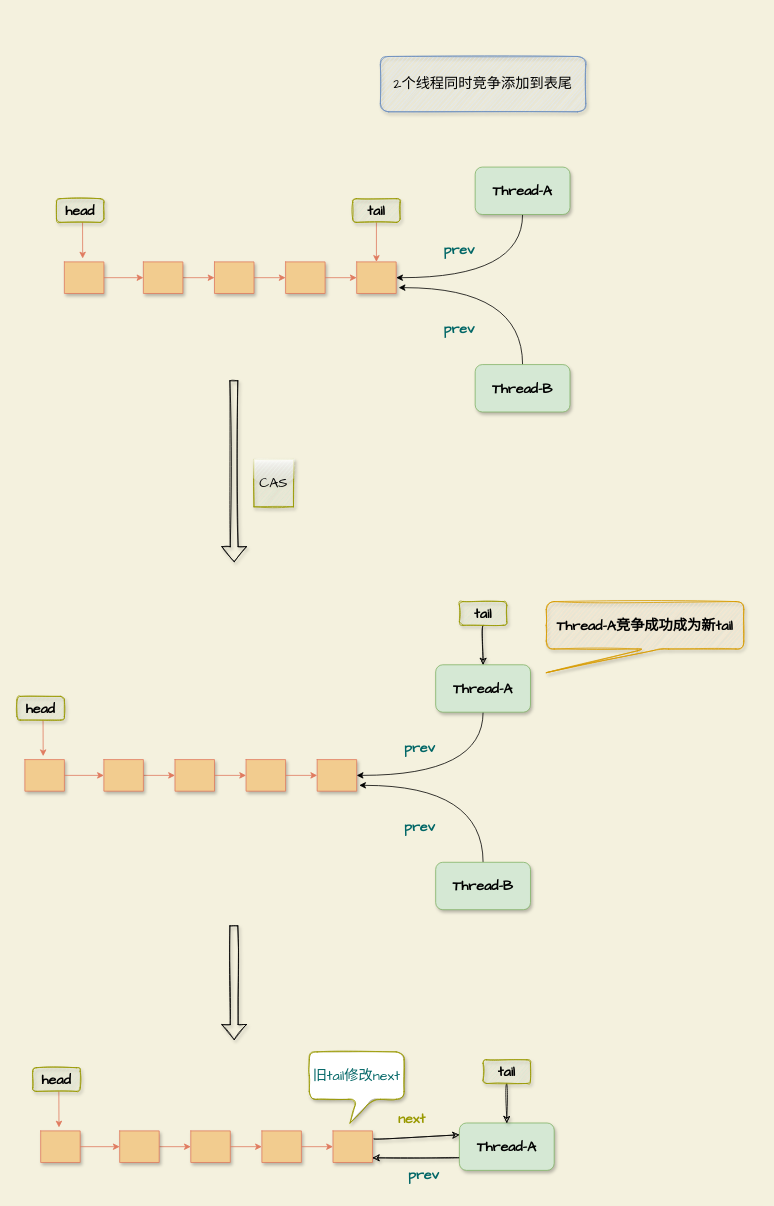
Above: page "new-tail-update" (2 of 2) of thread/AQS.drawio in mydlxy/draw (draw.io), before the change. Source tidied: cells renumbered, new cells numbered last; positions are measured from the earlier drawing's top-left corner, leaving out a move shared by most shapes. Both pictures are drawn from the tidied source at 79%, with x=0, y=0 at pixel (17, 56).
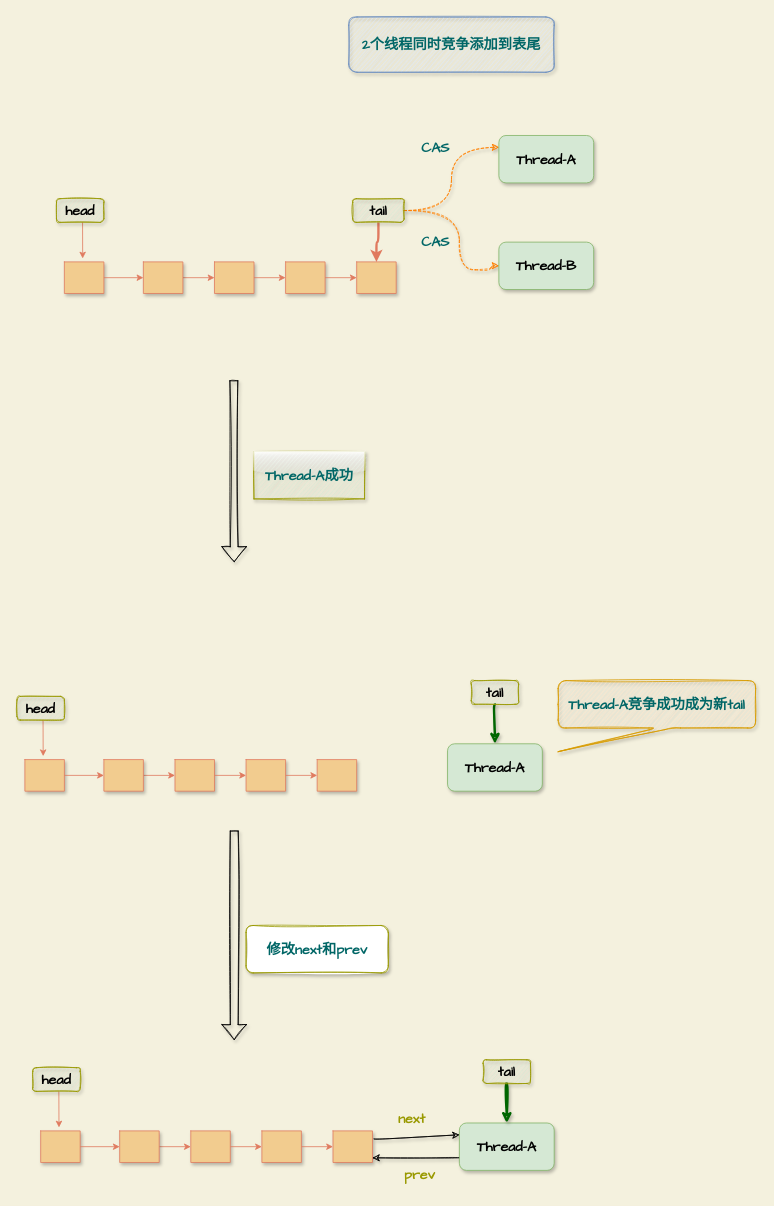
The same diagram, later.

Unchanged cells that the change refers to:
```xml
<mxCell id="17" style="shape=tableRow;horizontal=0;startSize=0;swimlaneHead=0;swimlaneBody=0;top=0;left=0;bottom=0;right=0;fillColor=none;points=[[0,0.5],[1,0.5]];portConstraint=eastwest;rounded=0;fontColor=#393C56;strokeColor=#E07A5F;" parent="16" vertex="1">
  <mxGeometry width="50" height="40" as="geometry" />
</mxCell>
<mxCell id="47" style="shape=tableRow;horizontal=0;startSize=0;swimlaneHead=0;swimlaneBody=0;top=0;left=0;bottom=0;right=0;fillColor=none;points=[[0,0.5],[1,0.5]];portConstraint=eastwest;rounded=0;fontColor=#393C56;strokeColor=#E07A5F;" parent="46" vertex="1">
  <mxGeometry width="50" height="40" as="geometry" />
</mxCell>
<mxCell id="86" value="&lt;font style=&quot;font-size: 18px;&quot; face=&quot;Comic Sans MS&quot;&gt;&lt;b&gt;Thread-A&lt;/b&gt;&lt;/font&gt;" style="rounded=1;whiteSpace=wrap;html=1;shadow=1;fillColor=#d5e8d4;strokeColor=#82b366;" parent="1" vertex="1">
  <mxGeometry x="560" y="1350" width="120" height="60" as="geometry" />
</mxCell>
<mxCell id="90" value="&lt;font style=&quot;font-size: 18px;&quot; face=&quot;Comic Sans MS&quot;&gt;&lt;b&gt;tail&lt;/b&gt;&lt;/font&gt;" style="text;html=1;strokeColor=#999900;fillColor=#d5e8d4;align=center;verticalAlign=middle;whiteSpace=wrap;rounded=1;shadow=1;sketch=1;" parent="1" vertex="1">
  <mxGeometry x="590" y="1270" width="60" height="30" as="geometry" />
</mxCell>
```

Change to the diagram source:
```diff
@@
-    <mxCell id="24" style="edgeStyle=orthogonalEdgeStyle;curved=0;rounded=1;jettySize=auto;html=1;entryX=0.5;entryY=0;entryDx=0;entryDy=0;entryPerimeter=0;fontFamily=Comic Sans MS;fontSize=18;fontColor=#393C56;strokeColor=#E07A5F;fillColor=#F2CC8F;" parent="1" edge="1" source="25" target="17">
+    <mxCell id="24" style="edgeStyle=orthogonalEdgeStyle;curved=0;rounded=1;jettySize=auto;html=1;entryX=0.5;entryY=0;entryDx=0;entryDy=0;entryPerimeter=0;fontFamily=Comic Sans MS;fontSize=18;fontColor=#393C56;strokeColor=#E07A5F;fillColor=#F2CC8F;strokeWidth=3;" parent="1" edge="1" source="25" target="17">
       <mxGeometry relative="1" as="geometry" />
     </mxCell>
+    <mxCell id="94" style="edgeStyle=orthogonalEdgeStyle;curved=1;rounded=0;sketch=1;jettySize=auto;html=1;entryX=0;entryY=0.25;entryDx=0;entryDy=0;shadow=1;fontFamily=Comic Sans MS;fontSize=18;fontColor=#006666;dashed=1;strokeColor=#FF8000;" parent="1" edge="1" source="25" target="27">
+      <mxGeometry relative="1" as="geometry" />
+    </mxCell>
+    <mxCell id="95" style="edgeStyle=orthogonalEdgeStyle;curved=1;rounded=0;sketch=1;jettySize=auto;html=1;entryX=0;entryY=0.5;entryDx=0;entryDy=0;shadow=1;fontFamily=Comic Sans MS;fontSize=18;fontColor=#006666;dashed=1;strokeColor=#FF8000;" parent="1" edge="1" source="25" target="29">
+      <mxGeometry relative="1" as="geometry">
+        <Array as="points">
+          <mxPoint x="560" y="195" />
+          <mxPoint x="560" y="270" />
+          <mxPoint x="600" y="270" />
+          <mxPoint x="600" y="265" />
+        </Array>
+      </mxGeometry>
+    </mxCell>
     <mxCell id="25" value="&lt;font style=&quot;font-size: 18px;&quot; face=&quot;Comic Sans MS&quot;&gt;&lt;b&gt;tail&lt;/b&gt;&lt;/font&gt;" style="text;html=1;strokeColor=#999900;fillColor=#d5e8d4;align=center;verticalAlign=middle;whiteSpace=wrap;rounded=1;shadow=1;sketch=1;" parent="1" vertex="1">
-      <mxGeometry x="425" y="180" width="60" height="30" as="geometry" />
+      <mxGeometry x="425" y="180" width="65" height="30" as="geometry" />
     </mxCell>
-    <mxCell id="26" style="edgeStyle=orthogonalEdgeStyle;curved=1;rounded=0;jettySize=auto;html=1;entryX=1;entryY=0.5;entryDx=0;entryDy=0;fontFamily=Comic Sans MS;fontSize=18;" parent="1" edge="1" source="27" target="17">
-      <mxGeometry relative="1" as="geometry" />
-    </mxCell>
     <mxCell id="27" value="&lt;font style=&quot;font-size: 18px;&quot; face=&quot;Comic Sans MS&quot;&gt;&lt;b&gt;Thread-A&lt;/b&gt;&lt;/font&gt;" style="rounded=1;whiteSpace=wrap;html=1;shadow=1;fillColor=#d5e8d4;strokeColor=#82b366;" parent="1" vertex="1">
-      <mxGeometry x="580" y="140" width="120" height="60" as="geometry" />
+      <mxGeometry x="610" y="100" width="120" height="60" as="geometry" />
     </mxCell>
-    <mxCell id="28" style="edgeStyle=orthogonalEdgeStyle;curved=1;rounded=0;jettySize=auto;html=1;entryX=1.063;entryY=0.815;entryDx=0;entryDy=0;entryPerimeter=0;fontFamily=Comic Sans MS;fontSize=18;" parent="1" edge="1" source="29" target="17">
-      <mxGeometry relative="1" as="geometry" />
-    </mxCell>
     <mxCell id="29" value="&lt;font style=&quot;font-size: 18px;&quot; face=&quot;Comic Sans MS&quot;&gt;&lt;b&gt;Thread-B&lt;/b&gt;&lt;/font&gt;" style="rounded=1;whiteSpace=wrap;html=1;shadow=1;fillColor=#d5e8d4;strokeColor=#82b366;" parent="1" vertex="1">
-      <mxGeometry x="580" y="390" width="120" height="60" as="geometry" />
+      <mxGeometry x="610" y="235" width="120" height="60" as="geometry" />
     </mxCell>
-    <mxCell id="30" value="&lt;b&gt;&lt;font color=&quot;#006666&quot;&gt;prev&lt;/font&gt;&lt;/b&gt;" style="text;html=1;strokeColor=none;fillColor=none;align=center;verticalAlign=middle;whiteSpace=wrap;rounded=0;shadow=1;fontFamily=Comic Sans MS;fontSize=18;" parent="1" vertex="1">
-      <mxGeometry x="530" y="230" width="60" height="30" as="geometry" />
-    </mxCell>
-    <mxCell id="31" value="&lt;b&gt;&lt;font color=&quot;#006666&quot;&gt;prev&lt;/font&gt;&lt;/b&gt;" style="text;html=1;strokeColor=none;fillColor=none;align=center;verticalAlign=middle;whiteSpace=wrap;rounded=0;shadow=1;fontFamily=Comic Sans MS;fontSize=18;" parent="1" vertex="1">
-      <mxGeometry x="530" y="330" width="60" height="30" as="geometry" />
-    </mxCell>
-    <mxCell id="32" value="CAS" style="text;html=1;align=center;verticalAlign=middle;whiteSpace=wrap;rounded=0;shadow=1;fontFamily=Comic Sans MS;fontSize=18;glass=1;sketch=1;fillColor=#d5e8d4;strokeColor=#999900;" parent="1" vertex="1">
-      <mxGeometry x="300" y="510" width="50" height="60" as="geometry" />
+    <mxCell id="32" value="&lt;font color=&quot;#006666&quot;&gt;&lt;b&gt;Thread-A成功&lt;/b&gt;&lt;/font&gt;" style="text;html=1;align=center;verticalAlign=middle;whiteSpace=wrap;rounded=0;shadow=1;fontFamily=Comic Sans MS;fontSize=18;glass=1;sketch=1;fillColor=#d5e8d4;strokeColor=#999900;" parent="1" vertex="1">
+      <mxGeometry x="300" y="500" width="140" height="60" as="geometry" />
     </mxCell>
@@
-    <mxCell id="54" style="edgeStyle=orthogonalEdgeStyle;curved=1;rounded=0;sketch=1;jettySize=auto;html=1;entryX=0.5;entryY=0;entryDx=0;entryDy=0;shadow=1;fontFamily=Comic Sans MS;fontSize=18;" parent="1" edge="1" source="55" target="57">
+    <mxCell id="54" style="edgeStyle=orthogonalEdgeStyle;curved=1;rounded=0;sketch=1;jettySize=auto;html=1;entryX=0.5;entryY=0;entryDx=0;entryDy=0;shadow=1;fontFamily=Comic Sans MS;fontSize=18;strokeColor=#006600;strokeWidth=3;" parent="1" edge="1" source="55" target="57">
       <mxGeometry relative="1" as="geometry" />
     </mxCell>
     <mxCell id="55" value="&lt;font style=&quot;font-size: 18px;&quot; face=&quot;Comic Sans MS&quot;&gt;&lt;b&gt;tail&lt;/b&gt;&lt;/font&gt;" style="text;html=1;strokeColor=#999900;fillColor=#d5e8d4;align=center;verticalAlign=middle;whiteSpace=wrap;rounded=1;shadow=1;sketch=1;" parent="1" vertex="1">
-      <mxGeometry x="560" y="690" width="60" height="30" as="geometry" />
+      <mxGeometry x="575" y="790" width="60" height="30" as="geometry" />
     </mxCell>
-    <mxCell id="56" style="edgeStyle=orthogonalEdgeStyle;curved=1;rounded=0;jettySize=auto;html=1;entryX=1;entryY=0.5;entryDx=0;entryDy=0;fontFamily=Comic Sans MS;fontSize=18;" parent="1" edge="1" source="57" target="47">
-      <mxGeometry relative="1" as="geometry" />
-    </mxCell>
     <mxCell id="57" value="&lt;font style=&quot;font-size: 18px;&quot; face=&quot;Comic Sans MS&quot;&gt;&lt;b&gt;Thread-A&lt;/b&gt;&lt;/font&gt;" style="rounded=1;whiteSpace=wrap;html=1;shadow=1;fillColor=#d5e8d4;strokeColor=#82b366;" parent="1" vertex="1">
-      <mxGeometry x="530" y="770" width="120" height="60" as="geometry" />
+      <mxGeometry x="545" y="870" width="120" height="60" as="geometry" />
     </mxCell>
-    <mxCell id="58" style="edgeStyle=orthogonalEdgeStyle;curved=1;rounded=0;jettySize=auto;html=1;entryX=1.063;entryY=0.815;entryDx=0;entryDy=0;entryPerimeter=0;fontFamily=Comic Sans MS;fontSize=18;" parent="1" edge="1" source="59" target="47">
-      <mxGeometry relative="1" as="geometry" />
-    </mxCell>
-    <mxCell id="59" value="&lt;font style=&quot;font-size: 18px;&quot; face=&quot;Comic Sans MS&quot;&gt;&lt;b&gt;Thread-B&lt;/b&gt;&lt;/font&gt;" style="rounded=1;whiteSpace=wrap;html=1;shadow=1;fillColor=#d5e8d4;strokeColor=#82b366;" parent="1" vertex="1">
-      <mxGeometry x="530" y="1020" width="120" height="60" as="geometry" />
-    </mxCell>
-    <mxCell id="60" value="&lt;b&gt;&lt;font color=&quot;#006666&quot;&gt;prev&lt;/font&gt;&lt;/b&gt;" style="text;html=1;strokeColor=none;fillColor=none;align=center;verticalAlign=middle;whiteSpace=wrap;rounded=0;shadow=1;fontFamily=Comic Sans MS;fontSize=18;" parent="1" vertex="1">
-      <mxGeometry x="480" y="860" width="60" height="30" as="geometry" />
-    </mxCell>
-    <mxCell id="61" value="&lt;b&gt;&lt;font color=&quot;#006666&quot;&gt;prev&lt;/font&gt;&lt;/b&gt;" style="text;html=1;strokeColor=none;fillColor=none;align=center;verticalAlign=middle;whiteSpace=wrap;rounded=0;shadow=1;fontFamily=Comic Sans MS;fontSize=18;" parent="1" vertex="1">
-      <mxGeometry x="480" y="960" width="60" height="30" as="geometry" />
-    </mxCell>
     <mxCell id="62" style="shape=flexArrow;endArrow=classic;html=1;rounded=0;shadow=1;sketch=1;" parent="1" edge="1">
       <mxGeometry relative="1" as="geometry">
-        <mxPoint x="274.5" y="1100" as="sourcePoint" />
+        <mxPoint x="275" y="980" as="sourcePoint" />
         <mxPoint x="275" y="1245" as="targetPoint" />
       </mxGeometry>
     </mxCell>
@@
-    <mxCell id="88" value="&lt;b&gt;&lt;font color=&quot;#006666&quot;&gt;prev&lt;/font&gt;&lt;/b&gt;" style="text;html=1;strokeColor=none;fillColor=none;align=center;verticalAlign=middle;whiteSpace=wrap;rounded=0;shadow=1;fontFamily=Comic Sans MS;fontSize=18;" parent="1" vertex="1">
-      <mxGeometry x="485" y="1400" width="60" height="30" as="geometry" />
+    <mxCell id="88" value="&lt;b&gt;&lt;font color=&quot;#999900&quot;&gt;prev&lt;/font&gt;&lt;/b&gt;" style="text;html=1;strokeColor=none;fillColor=none;align=center;verticalAlign=middle;whiteSpace=wrap;rounded=0;shadow=1;fontFamily=Comic Sans MS;fontSize=18;" parent="1" vertex="1">
+      <mxGeometry x="480" y="1400" width="60" height="30" as="geometry" />
     </mxCell>
-    <mxCell id="89" style="edgeStyle=orthogonalEdgeStyle;curved=1;rounded=0;sketch=1;jettySize=auto;html=1;entryX=0.5;entryY=0;entryDx=0;entryDy=0;shadow=1;fontFamily=Comic Sans MS;fontSize=18;" parent="1" edge="1" source="90" target="86">
+    <mxCell id="89" style="edgeStyle=orthogonalEdgeStyle;curved=1;rounded=0;sketch=1;jettySize=auto;html=1;entryX=0.5;entryY=0;entryDx=0;entryDy=0;shadow=1;fontFamily=Comic Sans MS;fontSize=18;strokeWidth=3;strokeColor=#006600;" parent="1" edge="1" source="90" target="86">
       <mxGeometry relative="1" as="geometry" />
     </mxCell>
@@
-    <mxCell id="91" value="&lt;b&gt;Thread-A竞争成功成为新tail&lt;/b&gt;" style="shape=callout;whiteSpace=wrap;html=1;perimeter=calloutPerimeter;rounded=1;shadow=1;glass=0;sketch=1;fontFamily=Comic Sans MS;fontSize=18;position2=0;fillColor=#ffe6cc;strokeColor=#d79b00;" parent="1" vertex="1">
-      <mxGeometry x="670" y="690" width="250" height="90" as="geometry" />
+    <mxCell id="91" value="&lt;b&gt;&lt;font color=&quot;#006666&quot;&gt;Thread-A竞争成功成为新tail&lt;/font&gt;&lt;/b&gt;" style="shape=callout;whiteSpace=wrap;html=1;perimeter=calloutPerimeter;rounded=1;shadow=1;glass=0;sketch=1;fontFamily=Comic Sans MS;fontSize=18;position2=0;fillColor=#ffe6cc;strokeColor=#d79b00;" parent="1" vertex="1">
+      <mxGeometry x="685" y="790" width="250" height="90" as="geometry" />
     </mxCell>
-    <mxCell id="92" value="2个线程同时竞争添加到表尾" style="rounded=1;whiteSpace=wrap;html=1;shadow=1;glass=0;sketch=1;fontFamily=Comic Sans MS;fontSize=18;strokeColor=#6c8ebf;fillColor=#dae8fc;" parent="1" vertex="1">
-      <mxGeometry x="460" width="260" height="70" as="geometry" />
+    <mxCell id="92" value="&lt;b&gt;&lt;font color=&quot;#006666&quot;&gt;2个线程同时竞争添加到表尾&lt;/font&gt;&lt;/b&gt;" style="rounded=1;whiteSpace=wrap;html=1;shadow=1;glass=0;sketch=1;fontFamily=Comic Sans MS;fontSize=18;strokeColor=#6c8ebf;fillColor=#dae8fc;" parent="1" vertex="1">
+      <mxGeometry x="420" y="-50" width="260" height="70" as="geometry" />
     </mxCell>
-    <mxCell id="93" value="旧tail修改next" style="shape=callout;whiteSpace=wrap;html=1;perimeter=calloutPerimeter;rounded=1;shadow=1;glass=0;sketch=1;fontFamily=Comic Sans MS;fontSize=18;fontColor=#006666;strokeColor=#999900;fillColor=default;gradientColor=none;position2=0.43;" parent="1" vertex="1">
-      <mxGeometry x="370" y="1260" width="120" height="90" as="geometry" />
-    </mxCell>
+    <mxCell id="96" value="&lt;b&gt;CAS&lt;/b&gt;" style="text;html=1;strokeColor=none;fillColor=none;align=center;verticalAlign=middle;whiteSpace=wrap;rounded=0;shadow=1;glass=0;sketch=1;fontFamily=Comic Sans MS;fontSize=18;fontColor=#006666;" parent="1" vertex="1">
+      <mxGeometry x="500" y="100" width="60" height="30" as="geometry" />
+    </mxCell>
+    <mxCell id="97" value="&lt;b&gt;CAS&lt;/b&gt;" style="text;html=1;strokeColor=none;fillColor=none;align=center;verticalAlign=middle;whiteSpace=wrap;rounded=0;shadow=1;glass=0;sketch=1;fontFamily=Comic Sans MS;fontSize=18;fontColor=#006666;" parent="1" vertex="1">
+      <mxGeometry x="500" y="220" width="60" height="30" as="geometry" />
+    </mxCell>
+    <mxCell id="98" value="&lt;b&gt;修改next和prev&lt;/b&gt;" style="rounded=1;whiteSpace=wrap;html=1;shadow=1;glass=0;sketch=1;fontFamily=Comic Sans MS;fontSize=18;fontColor=#006666;strokeColor=#999900;fillColor=default;gradientColor=none;" parent="1" vertex="1">
+      <mxGeometry x="290" y="1100" width="180" height="60" as="geometry" />
+    </mxCell>
```
